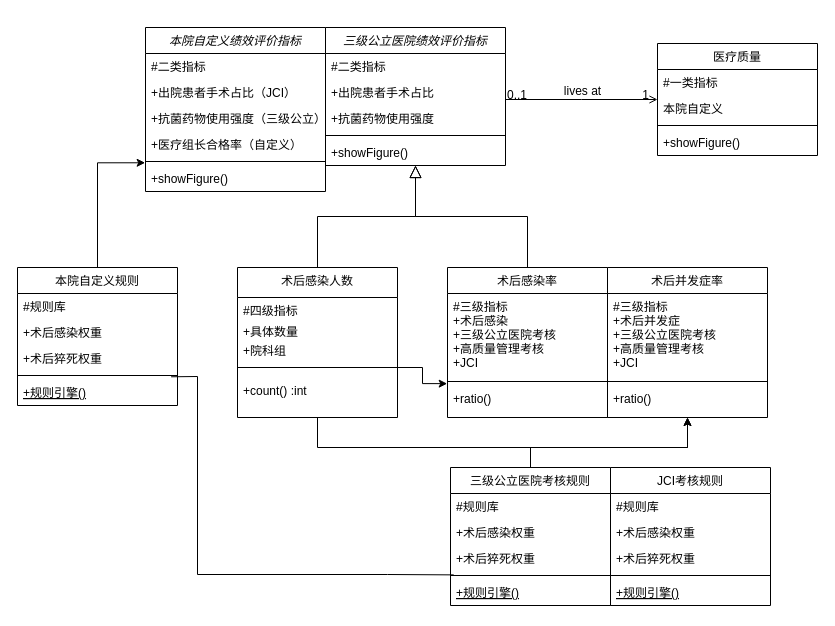
Above: medical quality control/database/indexDB/分级指标库.drawio in weihuohuayi/draw.io (draw.io), before the change. Source tidied: cells renumbered, new cells numbered last; positions are measured from the earlier drawing's top-left corner, leaving out a move shared by most shapes. Both pictures are drawn from the tidied source at 100%, with x=0, y=0 at pixel (17, 27).
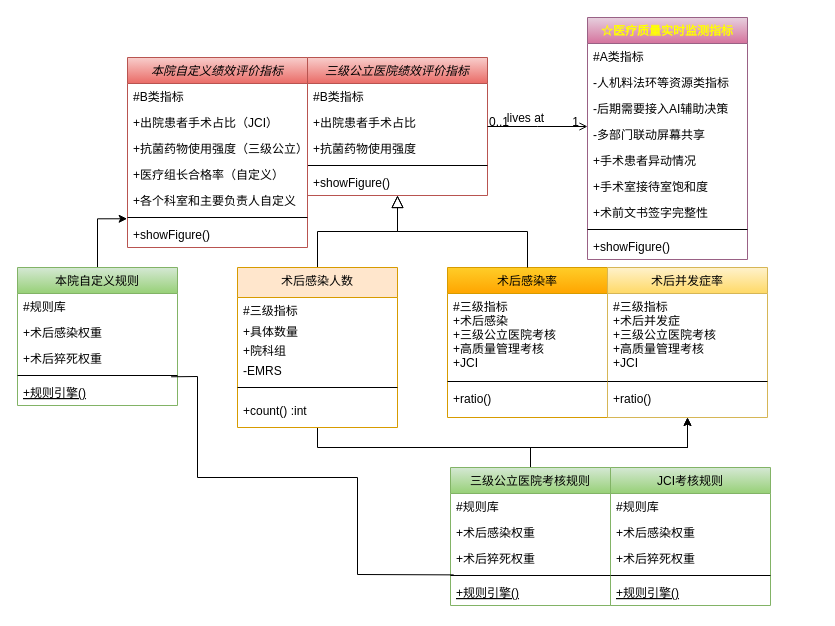
After the change.

Commit message:
Update 分级指标库.drawio

The change refers to these unchanged cells:
```xml
<mxCell id="12" style="line;html=1;strokeWidth=1;align=left;verticalAlign=middle;spacingTop=-1;spacingLeft=3;spacingRight=3;labelPosition=right;points=[];portConstraint=eastwest;" parent="10" vertex="1">
  <mxGeometry y="110" width="160" height="8" as="geometry" />
</mxCell>
<mxCell id="36" style="line;html=1;strokeWidth=1;align=left;verticalAlign=middle;spacingTop=-1;spacingLeft=3;spacingRight=3;labelPosition=right;points=[];portConstraint=eastwest;" parent="32" vertex="1">
  <mxGeometry y="104" width="160" height="8" as="geometry" />
</mxCell>
<mxCell id="53" style="line;html=1;strokeWidth=1;align=left;verticalAlign=middle;spacingTop=-1;spacingLeft=3;spacingRight=3;labelPosition=right;points=[];portConstraint=eastwest;" parent="49" vertex="1">
  <mxGeometry y="104" width="160" height="8" as="geometry" />
</mxCell>
```

The edit, as a diff of the source:
```diff
@@
-    <mxCell id="2" value="三级公立医院绩效评价指标" style="swimlane;fontStyle=2;align=center;verticalAlign=top;horizontal=1;startSize=26;rounded=0;shadow=0;strokeWidth=1;" parent="1" vertex="1">
-      <mxGeometry x="308" width="180" height="138" as="geometry" />
+    <mxCell id="2" value="三级公立医院绩效评价指标" style="swimlane;fontStyle=2;align=center;verticalAlign=top;horizontal=1;startSize=26;rounded=0;shadow=0;strokeWidth=1;fillColor=#f8cecc;gradientColor=#ea6b66;strokeColor=#b85450;" parent="1" vertex="1">
+      <mxGeometry x="290" y="30" width="180" height="138" as="geometry" />
     </mxCell>
-    <mxCell id="3" value="#二类指标" style="text;align=left;verticalAlign=top;spacingLeft=4;spacingRight=4;overflow=hidden;" parent="2" vertex="1">
+    <mxCell id="3" value="#B类指标" style="text;align=left;verticalAlign=top;spacingLeft=4;spacingRight=4;overflow=hidden;" parent="2" vertex="1">
       <mxGeometry y="26" width="180" height="26" as="geometry" />
     </mxCell>
@@
-    <mxCell id="9" style="edgeStyle=orthogonalEdgeStyle;rounded=0;jettySize=auto;html=1;entryX=-0.002;entryY=0.768;entryDx=0;entryDy=0;entryPerimeter=0;" parent="1" edge="1" target="12">
-      <mxGeometry relative="1" as="geometry">
-        <mxPoint x="380" y="340" as="sourcePoint" />
-        <Array as="points">
-          <mxPoint x="405" y="340" />
-          <mxPoint x="405" y="356" />
-        </Array>
-      </mxGeometry>
-    </mxCell>
-    <mxCell id="10" value="术后感染率" style="swimlane;fontStyle=0;align=center;verticalAlign=top;horizontal=1;startSize=26;rounded=0;shadow=0;strokeWidth=1;" parent="1" vertex="1">
+    <mxCell id="10" value="术后感染率" style="swimlane;fontStyle=0;align=center;verticalAlign=top;horizontal=1;startSize=26;rounded=0;shadow=0;strokeWidth=1;fillColor=#ffcd28;gradientColor=#ffa500;strokeColor=#d79b00;" parent="1" vertex="1">
       <mxGeometry x="430" y="240" width="160" height="150" as="geometry" />
     </mxCell>
@@
-    <mxCell id="15" value="医疗质量" style="swimlane;fontStyle=0;align=center;verticalAlign=top;horizontal=1;startSize=26;rounded=0;shadow=0;strokeWidth=1;" parent="1" vertex="1">
-      <mxGeometry x="640" y="16" width="160" height="112" as="geometry" />
+    <mxCell id="15" value="☆医疗质量实时监测指标" style="swimlane;fontStyle=1;align=center;verticalAlign=top;horizontal=1;startSize=26;rounded=0;shadow=0;strokeWidth=1;fillColor=#e6d0de;gradientColor=#d5739d;strokeColor=#996185;fontColor=#FFFF00;" parent="1" vertex="1">
+      <mxGeometry x="570" y="-10" width="160" height="242" as="geometry" />
     </mxCell>
-    <mxCell id="16" value="#一类指标" style="text;align=left;verticalAlign=top;spacingLeft=4;spacingRight=4;overflow=hidden;" parent="15" vertex="1">
+    <mxCell id="16" value="#A类指标" style="text;align=left;verticalAlign=top;spacingLeft=4;spacingRight=4;overflow=hidden;" parent="15" vertex="1">
       <mxGeometry y="26" width="160" height="26" as="geometry" />
     </mxCell>
-    <mxCell id="17" value="本院自定义" style="text;align=left;verticalAlign=top;spacingLeft=4;spacingRight=4;overflow=hidden;rounded=0;shadow=0;html=0;" parent="15" vertex="1">
+    <mxCell id="17" value="-人机料法环等资源类指标" style="text;align=left;verticalAlign=top;spacingLeft=4;spacingRight=4;overflow=hidden;rounded=0;shadow=0;html=0;" parent="15" vertex="1">
       <mxGeometry y="52" width="160" height="26" as="geometry" />
     </mxCell>
+    <mxCell id="63" value="-后期需要接入AI辅助决策" style="text;align=left;verticalAlign=top;spacingLeft=4;spacingRight=4;overflow=hidden;rounded=0;shadow=0;html=0;" parent="15" vertex="1">
+      <mxGeometry y="78" width="160" height="26" as="geometry" />
+    </mxCell>
+    <mxCell id="64" value="-多部门联动屏幕共享" style="text;align=left;verticalAlign=top;spacingLeft=4;spacingRight=4;overflow=hidden;rounded=0;shadow=0;html=0;" parent="15" vertex="1">
+      <mxGeometry y="104" width="160" height="26" as="geometry" />
+    </mxCell>
+    <mxCell id="65" value="+手术患者异动情况" style="text;align=left;verticalAlign=top;spacingLeft=4;spacingRight=4;overflow=hidden;rounded=0;shadow=0;html=0;" parent="15" vertex="1">
+      <mxGeometry y="130" width="160" height="26" as="geometry" />
+    </mxCell>
+    <mxCell id="66" value="+手术室接待室饱和度" style="text;align=left;verticalAlign=top;spacingLeft=4;spacingRight=4;overflow=hidden;rounded=0;shadow=0;html=0;" parent="15" vertex="1">
+      <mxGeometry y="156" width="160" height="26" as="geometry" />
+    </mxCell>
+    <mxCell id="67" value="+术前文书签字完整性" style="text;align=left;verticalAlign=top;spacingLeft=4;spacingRight=4;overflow=hidden;rounded=0;shadow=0;html=0;" parent="15" vertex="1">
+      <mxGeometry y="182" width="160" height="26" as="geometry" />
+    </mxCell>
     <mxCell id="18" style="line;html=1;strokeWidth=1;align=left;verticalAlign=middle;spacingTop=-1;spacingLeft=3;spacingRight=3;labelPosition=right;" parent="15" vertex="1">
-      <mxGeometry y="78" width="160" height="8" as="geometry" />
+      <mxGeometry y="208" width="160" height="8" as="geometry" />
     </mxCell>
     <mxCell id="19" value="+showFigure()" style="text;align=left;verticalAlign=top;spacingLeft=4;spacingRight=4;overflow=hidden;" parent="15" vertex="1">
-      <mxGeometry y="86" width="160" height="26" as="geometry" />
+      <mxGeometry y="216" width="160" height="26" as="geometry" />
     </mxCell>
@@
-    <mxCell id="25" value="术后感染人数" style="swimlane;fontStyle=0;align=center;verticalAlign=top;horizontal=1;startSize=30;rounded=0;shadow=0;strokeWidth=1;" parent="1" vertex="1">
-      <mxGeometry x="220" y="240" width="160" height="150" as="geometry" />
+    <mxCell id="25" value="术后感染人数" style="swimlane;fontStyle=0;align=center;verticalAlign=top;horizontal=1;startSize=30;rounded=0;shadow=0;strokeWidth=1;fillColor=#ffe6cc;strokeColor=#d79b00;swimlaneFillColor=none;" parent="1" vertex="1">
+      <mxGeometry x="220" y="240" width="160" height="160" as="geometry" />
     </mxCell>
-    <mxCell id="26" value="#四级指标" style="text;align=left;verticalAlign=top;spacingLeft=4;spacingRight=4;overflow=hidden;" parent="25" vertex="1">
+    <mxCell id="26" value="#三级指标" style="text;align=left;verticalAlign=top;spacingLeft=4;spacingRight=4;overflow=hidden;" parent="25" vertex="1">
       <mxGeometry y="30" width="160" height="21" as="geometry" />
     </mxCell>
@@
+    <mxCell id="68" value="-EMRS" style="text;align=left;verticalAlign=top;spacingLeft=4;spacingRight=4;overflow=hidden;" parent="25" vertex="1">
+      <mxGeometry y="90" width="160" height="20" as="geometry" />
+    </mxCell>
     <mxCell id="29" style="line;html=1;strokeWidth=1;align=left;verticalAlign=middle;spacingTop=-1;spacingLeft=3;spacingRight=3;labelPosition=right;" parent="25" vertex="1">
-      <mxGeometry y="90" width="160" height="20" as="geometry" />
+      <mxGeometry y="110" width="160" height="20" as="geometry" />
     </mxCell>
     <mxCell id="30" value="+count() :int" style="text;align=left;verticalAlign=top;spacingLeft=4;spacingRight=4;overflow=hidden;" parent="25" vertex="1">
-      <mxGeometry y="110" width="160" height="30" as="geometry" />
+      <mxGeometry y="130" width="160" height="30" as="geometry" />
     </mxCell>
@@
-    <mxCell id="32" value="三级公立医院考核规则" style="swimlane;fontStyle=0;align=center;verticalAlign=top;horizontal=1;startSize=26;rounded=0;shadow=0;strokeWidth=1;" parent="1" vertex="1">
+    <mxCell id="32" value="三级公立医院考核规则" style="swimlane;fontStyle=0;align=center;verticalAlign=top;horizontal=1;startSize=26;rounded=0;shadow=0;strokeWidth=1;fillColor=#d5e8d4;gradientColor=#97d077;strokeColor=#82b366;" parent="1" vertex="1">
       <mxGeometry x="433" y="440" width="160" height="138" as="geometry" />
     </mxCell>
@@
-    <mxCell id="38" value="术后并发症率" style="swimlane;fontStyle=0;align=center;verticalAlign=top;horizontal=1;startSize=26;rounded=0;shadow=0;strokeWidth=1;" parent="1" vertex="1">
+    <mxCell id="38" value="术后并发症率" style="swimlane;fontStyle=0;align=center;verticalAlign=top;horizontal=1;startSize=26;rounded=0;shadow=0;strokeWidth=1;fillColor=#fff2cc;gradientColor=#ffd966;strokeColor=#d6b656;" parent="1" vertex="1">
       <mxGeometry x="590" y="240" width="160" height="150" as="geometry" />
     </mxCell>
@@
-    <mxCell id="42" value="JCI考核规则" style="swimlane;fontStyle=0;align=center;verticalAlign=top;horizontal=1;startSize=26;rounded=0;shadow=0;strokeWidth=1;" parent="1" vertex="1">
+    <mxCell id="42" value="JCI考核规则" style="swimlane;fontStyle=0;align=center;verticalAlign=top;horizontal=1;startSize=26;rounded=0;shadow=0;strokeWidth=1;fillColor=#d5e8d4;gradientColor=#97d077;strokeColor=#82b366;" parent="1" vertex="1">
       <mxGeometry x="593" y="440" width="160" height="138" as="geometry" />
     </mxCell>
@@
-    <mxCell id="49" value="本院自定义规则" style="swimlane;fontStyle=0;align=center;verticalAlign=top;horizontal=1;startSize=26;rounded=0;shadow=0;strokeWidth=1;" parent="1" vertex="1">
+    <mxCell id="49" value="本院自定义规则" style="swimlane;fontStyle=0;align=center;verticalAlign=top;horizontal=1;startSize=26;rounded=0;shadow=0;strokeWidth=1;fillColor=#d5e8d4;gradientColor=#97d077;strokeColor=#82b366;" parent="1" vertex="1">
       <mxGeometry y="240" width="160" height="138" as="geometry" />
     </mxCell>
@@
-    <mxCell id="51" value="+术后感染权重" style="text;align=left;verticalAlign=top;spacingLeft=4;spacingRight=4;overflow=hidden;rounded=0;shadow=0;html=0;" parent="49" vertex="1">
+    <mxCell id="51" value="+术后感染权重" style="text;align=left;verticalAlign=top;spacingLeft=4;spacingRight=4;overflow=hidden;rounded=0;shadow=0;html=0;labelBackgroundColor=default;" parent="49" vertex="1">
       <mxGeometry y="52" width="160" height="26" as="geometry" />
     </mxCell>
@@
-    <mxCell id="55" value="本院自定义绩效评价指标" style="swimlane;fontStyle=2;align=center;verticalAlign=top;horizontal=1;startSize=26;rounded=0;shadow=0;strokeWidth=1;" parent="1" vertex="1">
-      <mxGeometry x="128" width="180" height="164" as="geometry" />
+    <mxCell id="55" value="本院自定义绩效评价指标" style="swimlane;fontStyle=2;align=center;verticalAlign=top;horizontal=1;startSize=26;rounded=0;shadow=0;strokeWidth=1;fillColor=#f8cecc;gradientColor=#ea6b66;strokeColor=#b85450;" parent="1" vertex="1">
+      <mxGeometry x="110" y="30" width="180" height="190" as="geometry" />
     </mxCell>
-    <mxCell id="56" value="#二类指标" style="text;align=left;verticalAlign=top;spacingLeft=4;spacingRight=4;overflow=hidden;" parent="55" vertex="1">
+    <mxCell id="56" value="#B类指标" style="text;align=left;verticalAlign=top;spacingLeft=4;spacingRight=4;overflow=hidden;" parent="55" vertex="1">
       <mxGeometry y="26" width="180" height="26" as="geometry" />
     </mxCell>
@@
+    <mxCell id="69" value="+各个科室和主要负责人自定义" style="text;align=left;verticalAlign=top;spacingLeft=4;spacingRight=4;overflow=hidden;rounded=0;shadow=0;html=0;" parent="55" vertex="1">
+      <mxGeometry y="130" width="180" height="26" as="geometry" />
+    </mxCell>
     <mxCell id="60" style="line;html=1;strokeWidth=1;align=left;verticalAlign=middle;spacingTop=-1;spacingLeft=3;spacingRight=3;labelPosition=right;points=[];portConstraint=eastwest;" parent="55" vertex="1">
-      <mxGeometry y="130" width="180" height="8" as="geometry" />
+      <mxGeometry y="156" width="180" height="8" as="geometry" />
     </mxCell>
     <mxCell id="61" value="+showFigure()" style="text;align=left;verticalAlign=top;spacingLeft=4;spacingRight=4;overflow=hidden;" parent="55" vertex="1">
-      <mxGeometry y="138" width="180" height="26" as="geometry" />
+      <mxGeometry y="164" width="180" height="26" as="geometry" />
     </mxCell>
     <mxCell id="62" style="endArrow=none;html=1;rounded=0;exitX=0.96;exitY=0.661;exitDx=0;exitDy=0;exitPerimeter=0;entryX=0.02;entryY=0.423;entryDx=0;entryDy=0;entryPerimeter=0;" parent="1" edge="1" source="53" target="36">
       <mxGeometry relative="1" as="geometry">
         <Array as="points">
           <mxPoint x="180" y="349" />
-          <mxPoint x="180" y="547" />
-          <mxPoint x="370" y="547" />
+          <mxPoint x="180" y="450" />
+          <mxPoint x="340" y="450" />
+          <mxPoint x="340" y="547" />
         </Array>
       </mxGeometry>
     </mxCell>
```
